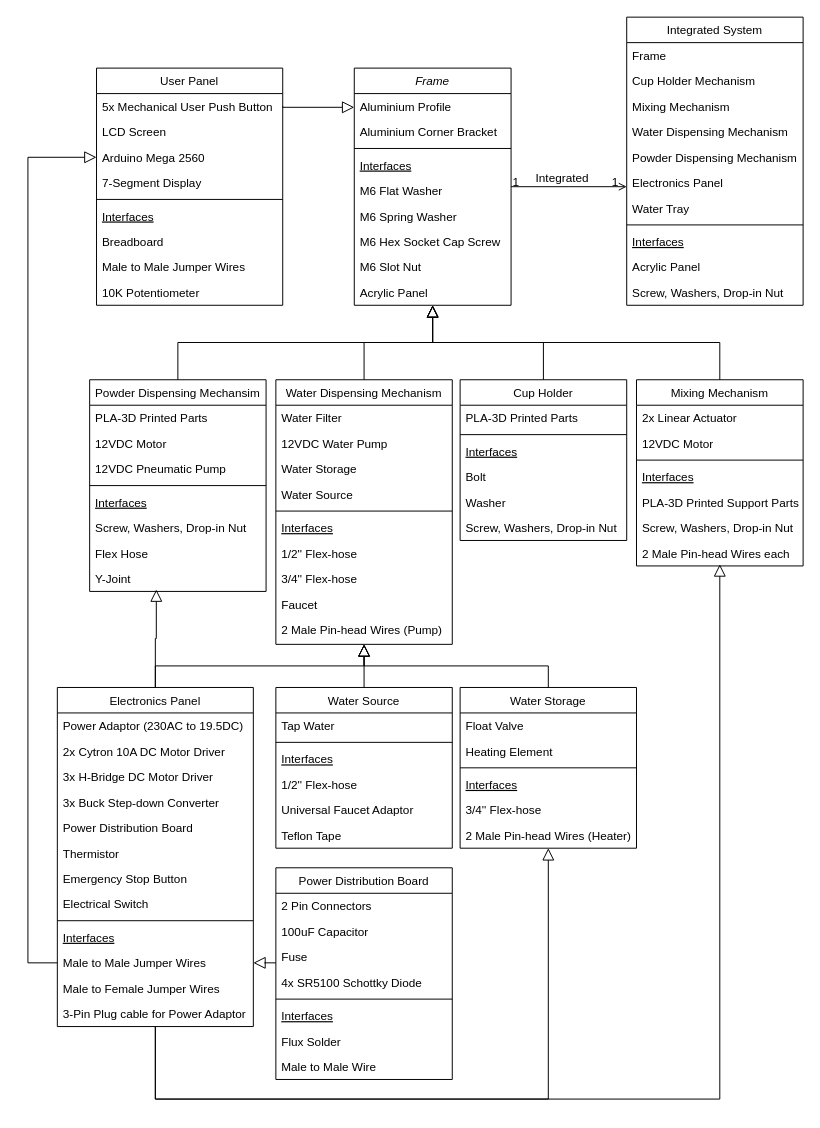
The draw.io diagram integrationclass.drawio in necroboi/RISK-AND-DECISION-HDB, before the edit. Source tidied: cells renumbered, new cells numbered last; positions are measured from the earlier drawing's top-left corner, leaving out a move shared by most shapes. Both pictures are drawn from the tidied source at 98%, with x=0, y=0 at pixel (27, 17).
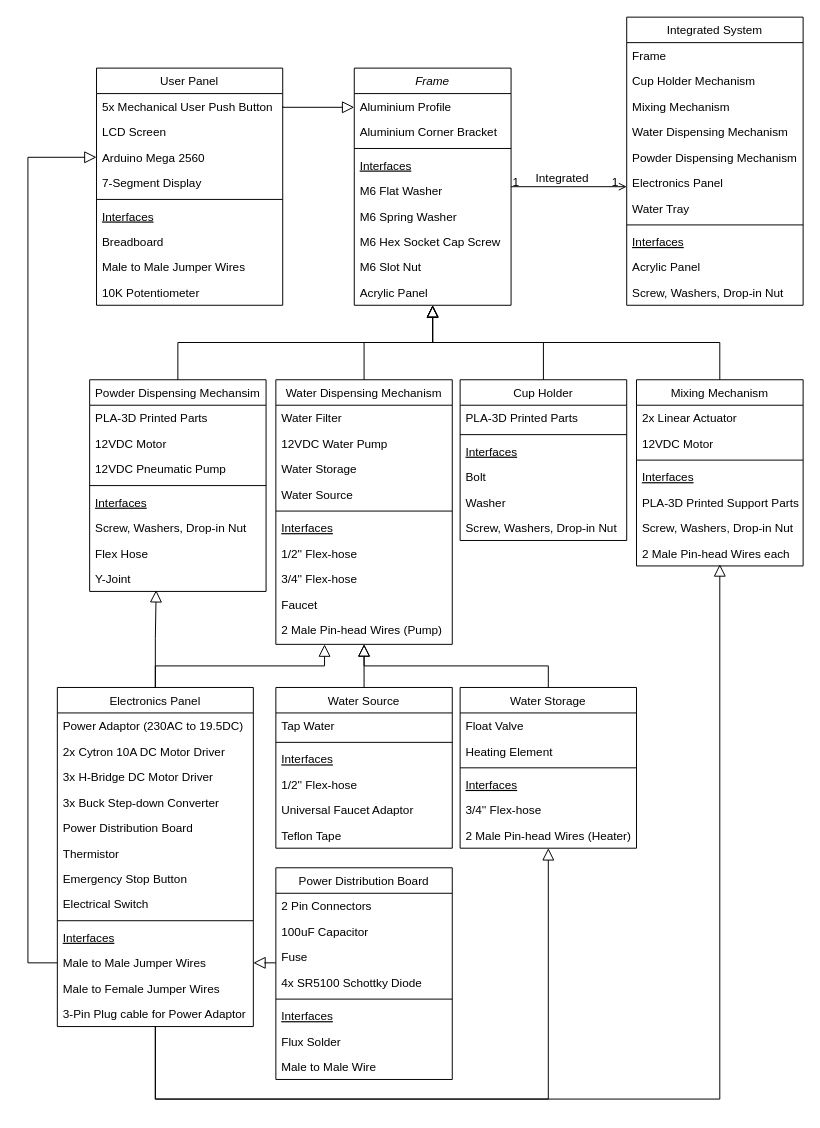
Above is the later version.

Unchanged cells that the change refers to:
```xml
<mxCell id="22" value="2 Male Pin-head Wires (Pump)" style="text;align=left;verticalAlign=top;spacingLeft=4;spacingRight=4;overflow=hidden;points=[[0,0.5],[1,0.5]];portConstraint=eastwest;" parent="12" vertex="1">
  <mxGeometry y="242" width="180" height="26" as="geometry" />
</mxCell>
<mxCell id="81" value="Y-Joint" style="text;align=left;verticalAlign=top;spacingLeft=4;spacingRight=4;overflow=hidden;points=[[0,0.5],[1,0.5]];portConstraint=eastwest;" parent="73" vertex="1">
  <mxGeometry y="190" width="180" height="26" as="geometry" />
</mxCell>
<mxCell id="94" value="Electronics Panel" style="swimlane;fontStyle=0;align=center;verticalAlign=top;horizontal=1;startSize=26;rounded=0;shadow=0;strokeWidth=1;" parent="1" vertex="1">
  <mxGeometry x="30" y="684" width="200" height="346" as="geometry" />
</mxCell>
```

Diff of the diagram source:
```diff
@@
-    <mxCell id="108" style="endArrow=block;endSize=10;endFill=0;shadow=0;strokeWidth=1;rounded=0;curved=0;edgeStyle=elbowEdgeStyle;elbow=vertical;" parent="1" edge="1" source="94">
-      <mxGeometry relative="1" as="geometry">
-        <mxPoint x="131" y="584" as="targetPoint" />
-      </mxGeometry>
+    <mxCell id="108" style="endArrow=block;endSize=10;endFill=0;shadow=0;strokeWidth=1;rounded=0;curved=0;edgeStyle=elbowEdgeStyle;elbow=vertical;entryX=0.377;entryY=0.95;entryDx=0;entryDy=0;entryPerimeter=0;" parent="1" edge="1" source="94" target="81">
+      <mxGeometry relative="1" as="geometry" />
     </mxCell>
@@
-    <mxCell id="122" style="endArrow=block;endSize=10;endFill=0;shadow=0;strokeWidth=1;rounded=0;curved=0;edgeStyle=elbowEdgeStyle;elbow=vertical;exitX=0.5;exitY=0;exitDx=0;exitDy=0;" parent="1" edge="1" source="94">
-      <mxGeometry relative="1" as="geometry">
-        <mxPoint x="343" y="640" as="targetPoint" />
-      </mxGeometry>
+    <mxCell id="122" style="endArrow=block;endSize=10;endFill=0;shadow=0;strokeWidth=1;rounded=0;curved=0;edgeStyle=elbowEdgeStyle;elbow=vertical;exitX=0.5;exitY=0;exitDx=0;exitDy=0;entryX=0.276;entryY=1.081;entryDx=0;entryDy=0;entryPerimeter=0;" parent="1" edge="1" source="94" target="22">
+      <mxGeometry relative="1" as="geometry" />
     </mxCell>
```
